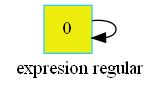
betebetoven/EDDS2F2 keeps this Graphviz diagram as SUB_grafo.png. Above is the earlier version. Its source is kept beside it as SUB_grafo.dot.
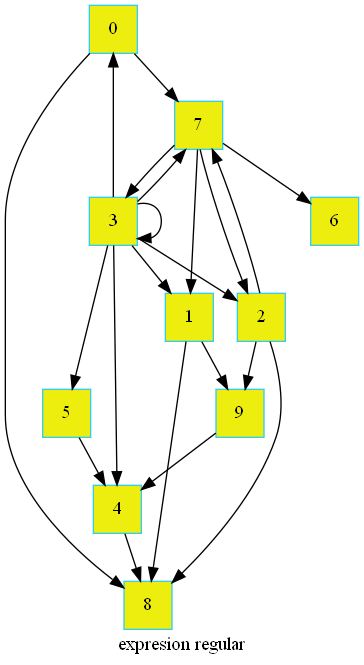
The same file after the commit.

The edit, as a diff of the source:
```diff
@@ -6,4 +6,24 @@
         node[color = "#EEEEE"]
         node[color = "#31CEF0"]
 
-0->0}
+0->8
+0->7
+1->9
+1->8
+2->9
+2->8
+2->7
+3->7
+3->0
+3->1
+3->2
+3->3
+3->4
+3->5
+4->8
+5->4
+9->4
+7->1
+7->2
+7->3
+7->6}
```
